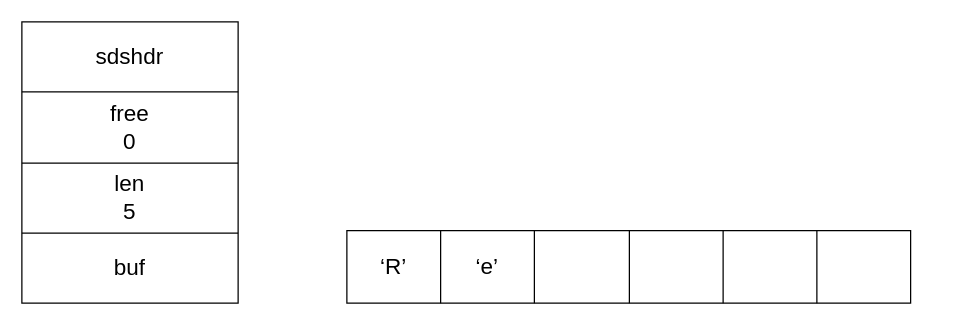
Before: Redis设计与实现.drawio in HoShum/drawio, a draw.io diagram. Source tidied: cells renumbered, new cells numbered last; positions are measured from the earlier drawing's top-left corner, leaving out a move shared by most shapes. Both pictures are drawn from the tidied source at 125%, with x=0, y=0 at pixel (21, 21).
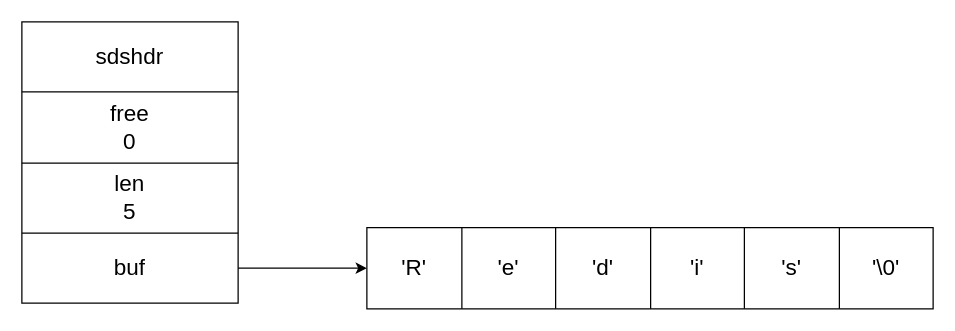
Above is the later version.

Commit message (it also covers changes not shown here):
更新Redis设计与实现.drawio

The edit, as a diff of the source:
```diff
@@
 <mxGraphModel>
   <root>
     <mxCell id="0" />
     <mxCell id="1" parent="0" />
-    <mxCell id="2" style="shape=table;startSize=0;childLayout=tableLayout;" parent="1" vertex="1">
+    <mxCell id="2" style="shape=table;startSize=0;childLayout=tableLayout;fontSize=18;labelBackgroundColor=none;" parent="1" vertex="1">
       <mxGeometry width="173" height="225" as="geometry" />
     </mxCell>
-    <mxCell id="3" style="shape=tableRow;horizontal=0;startSize=0;swimlaneHead=0;swimlaneBody=0;strokeColor=inherit;top=0;left=0;bottom=0;right=0;fillColor=none;" parent="2" vertex="1">
+    <mxCell id="3" style="shape=tableRow;horizontal=0;startSize=0;swimlaneHead=0;swimlaneBody=0;top=0;left=0;bottom=0;right=0;fillColor=none;labelBackgroundColor=none;" parent="2" vertex="1">
       <mxGeometry width="173" height="56" as="geometry" />
     </mxCell>
-    <mxCell id="4" value="&lt;font style=&quot;font-size: 18px;&quot;&gt;sdshdr&lt;/font&gt;" style="shape=partialRectangle;html=1;whiteSpace=wrap;strokeColor=inherit;overflow=hidden;fillColor=none;top=0;left=0;bottom=0;right=0;" parent="3" vertex="1">
+    <mxCell id="4" value="&lt;font style=&quot;font-size: 18px;&quot;&gt;sdshdr&lt;/font&gt;" style="shape=partialRectangle;html=1;whiteSpace=wrap;overflow=hidden;fillColor=none;top=0;left=0;bottom=0;right=0;labelBackgroundColor=none;" parent="3" vertex="1">
       <mxGeometry width="173" height="56" as="geometry" />
     </mxCell>
-    <mxCell id="5" style="shape=tableRow;horizontal=0;startSize=0;swimlaneHead=0;swimlaneBody=0;strokeColor=inherit;top=0;left=0;bottom=0;right=0;fillColor=none;" parent="2" vertex="1">
+    <mxCell id="5" style="shape=tableRow;horizontal=0;startSize=0;swimlaneHead=0;swimlaneBody=0;top=0;left=0;bottom=0;right=0;fillColor=none;labelBackgroundColor=none;" parent="2" vertex="1">
       <mxGeometry y="56" width="173" height="57" as="geometry" />
     </mxCell>
-    <mxCell id="6" value="&lt;font style=&quot;font-size: 18px;&quot;&gt;free&lt;br&gt;0&lt;/font&gt;" style="shape=partialRectangle;html=1;whiteSpace=wrap;strokeColor=inherit;overflow=hidden;fillColor=none;top=0;left=0;bottom=0;right=0;" parent="5" vertex="1">
+    <mxCell id="6" value="&lt;font style=&quot;font-size: 18px;&quot;&gt;free&lt;br&gt;0&lt;/font&gt;" style="shape=partialRectangle;html=1;whiteSpace=wrap;overflow=hidden;fillColor=none;top=0;left=0;bottom=0;right=0;labelBackgroundColor=none;" parent="5" vertex="1">
       <mxGeometry width="173" height="57" as="geometry" />
     </mxCell>
-    <mxCell id="7" style="shape=tableRow;horizontal=0;startSize=0;swimlaneHead=0;swimlaneBody=0;strokeColor=inherit;top=0;left=0;bottom=0;right=0;fillColor=none;" parent="2" vertex="1">
+    <mxCell id="7" style="shape=tableRow;horizontal=0;startSize=0;swimlaneHead=0;swimlaneBody=0;top=0;left=0;bottom=0;right=0;fillColor=none;labelBackgroundColor=none;" parent="2" vertex="1">
       <mxGeometry y="113" width="173" height="56" as="geometry" />
     </mxCell>
-    <mxCell id="8" value="&lt;font style=&quot;font-size: 18px;&quot;&gt;len&lt;br&gt;5&lt;/font&gt;" style="shape=partialRectangle;html=1;whiteSpace=wrap;strokeColor=inherit;overflow=hidden;fillColor=none;top=0;left=0;bottom=0;right=0;" parent="7" vertex="1">
+    <mxCell id="8" value="&lt;font style=&quot;font-size: 18px;&quot;&gt;len&lt;br&gt;5&lt;/font&gt;" style="shape=partialRectangle;html=1;whiteSpace=wrap;overflow=hidden;fillColor=none;top=0;left=0;bottom=0;right=0;labelBackgroundColor=none;" parent="7" vertex="1">
       <mxGeometry width="173" height="56" as="geometry" />
     </mxCell>
-    <mxCell id="9" style="shape=tableRow;horizontal=0;startSize=0;swimlaneHead=0;swimlaneBody=0;strokeColor=inherit;top=0;left=0;bottom=0;right=0;fillColor=none;points=[[0,0.5],[1,0.5]];portConstraint=eastwest;" parent="2" vertex="1">
+    <mxCell id="9" style="shape=tableRow;horizontal=0;startSize=0;swimlaneHead=0;swimlaneBody=0;top=0;left=0;bottom=0;right=0;fillColor=none;points=[[0,0.5],[1,0.5]];portConstraint=eastwest;labelBackgroundColor=none;" parent="2" vertex="1">
       <mxGeometry y="169" width="173" height="56" as="geometry" />
     </mxCell>
-    <mxCell id="10" value="&lt;font style=&quot;font-size: 18px;&quot;&gt;buf&lt;/font&gt;" style="shape=partialRectangle;html=1;whiteSpace=wrap;strokeColor=inherit;overflow=hidden;fillColor=none;top=0;left=0;bottom=0;right=0;" parent="9" vertex="1">
+    <mxCell id="10" value="&lt;font style=&quot;font-size: 18px;&quot;&gt;buf&lt;/font&gt;" style="shape=partialRectangle;html=1;whiteSpace=wrap;overflow=hidden;fillColor=none;top=0;left=0;bottom=0;right=0;labelBackgroundColor=none;" parent="9" vertex="1">
       <mxGeometry width="173" height="56" as="geometry" />
     </mxCell>
-    <mxCell id="11" style="shape=table;startSize=0;childLayout=tableLayout;" parent="1" vertex="1">
-      <mxGeometry x="260" y="167" width="451" height="58" as="geometry" />
-    </mxCell>
-    <mxCell id="12" style="shape=tableRow;horizontal=0;startSize=0;swimlaneHead=0;swimlaneBody=0;strokeColor=inherit;top=0;left=0;bottom=0;right=0;fillColor=none;" parent="11" vertex="1">
-      <mxGeometry width="451" height="58" as="geometry" />
-    </mxCell>
-    <mxCell id="13" value="&lt;font style=&quot;font-size: 18px;&quot;&gt;‘R’&lt;/font&gt;" style="shape=partialRectangle;html=1;whiteSpace=wrap;strokeColor=inherit;overflow=hidden;fillColor=none;top=0;left=0;bottom=0;right=0;" parent="12" vertex="1">
-      <mxGeometry width="75" height="58" as="geometry" />
-    </mxCell>
-    <mxCell id="14" value="&lt;font style=&quot;font-size: 18px;&quot;&gt;‘e’&lt;/font&gt;" style="shape=partialRectangle;html=1;whiteSpace=wrap;strokeColor=inherit;overflow=hidden;fillColor=none;top=0;left=0;bottom=0;right=0;" parent="12" vertex="1">
-      <mxGeometry x="75" width="75" height="58" as="geometry" />
-    </mxCell>
-    <mxCell id="15" style="shape=partialRectangle;html=1;whiteSpace=wrap;strokeColor=inherit;overflow=hidden;fillColor=none;top=0;left=0;bottom=0;right=0;" parent="12" vertex="1">
-      <mxGeometry x="150" width="76" height="58" as="geometry" />
-    </mxCell>
-    <mxCell id="16" style="shape=partialRectangle;html=1;whiteSpace=wrap;strokeColor=inherit;overflow=hidden;fillColor=none;top=0;left=0;bottom=0;right=0;" parent="12" vertex="1">
-      <mxGeometry x="226" width="75" height="58" as="geometry" />
-    </mxCell>
-    <mxCell id="17" style="shape=partialRectangle;html=1;whiteSpace=wrap;strokeColor=inherit;overflow=hidden;fillColor=none;top=0;left=0;bottom=0;right=0;" parent="12" vertex="1">
-      <mxGeometry x="301" width="75" height="58" as="geometry" />
-    </mxCell>
-    <mxCell id="18" style="shape=partialRectangle;html=1;whiteSpace=wrap;strokeColor=inherit;overflow=hidden;fillColor=none;top=0;left=0;bottom=0;right=0;" parent="12" vertex="1">
-      <mxGeometry x="376" width="75" height="58" as="geometry" />
-    </mxCell>
+    <mxCell id="19" style="shape=table;startSize=0;childLayout=tableLayout;fontFamily=Helvetica;fontSize=18;labelBackgroundColor=none;" parent="1" vertex="1">
+      <mxGeometry x="276" y="164.5" width="453" height="65" as="geometry" />
+    </mxCell>
+    <mxCell id="20" style="shape=tableRow;horizontal=0;startSize=0;swimlaneHead=0;swimlaneBody=0;top=0;left=0;bottom=0;right=0;fillColor=none;points=[[0,0.5],[1,0.5]];portConstraint=eastwest;fontFamily=Helvetica;fontSize=18;labelBackgroundColor=none;" parent="19" vertex="1">
+      <mxGeometry width="453" height="65" as="geometry" />
+    </mxCell>
+    <mxCell id="21" value="'R'&lt;br&gt;" style="shape=partialRectangle;html=1;whiteSpace=wrap;overflow=hidden;fillColor=none;top=0;left=0;bottom=0;right=0;fontFamily=Helvetica;fontSize=18;startSize=0;labelBackgroundColor=none;" parent="20" vertex="1">
+      <mxGeometry width="76" height="65" as="geometry" />
+    </mxCell>
+    <mxCell id="22" value="'e'" style="shape=partialRectangle;html=1;whiteSpace=wrap;overflow=hidden;fillColor=none;top=0;left=0;bottom=0;right=0;fontFamily=Helvetica;fontSize=18;startSize=0;labelBackgroundColor=none;" parent="20" vertex="1">
+      <mxGeometry x="76" width="75" height="65" as="geometry" />
+    </mxCell>
+    <mxCell id="23" value="'d'" style="shape=partialRectangle;html=1;whiteSpace=wrap;overflow=hidden;fillColor=none;top=0;left=0;bottom=0;right=0;fontFamily=Helvetica;fontSize=18;startSize=0;labelBackgroundColor=none;" parent="20" vertex="1">
+      <mxGeometry x="151" width="76" height="65" as="geometry" />
+    </mxCell>
+    <mxCell id="24" value="'i'" style="shape=partialRectangle;html=1;whiteSpace=wrap;overflow=hidden;fillColor=none;top=0;left=0;bottom=0;right=0;fontFamily=Helvetica;fontSize=18;startSize=0;labelBackgroundColor=none;" parent="20" vertex="1">
+      <mxGeometry x="227" width="75" height="65" as="geometry" />
+    </mxCell>
+    <mxCell id="25" value="'s'" style="shape=partialRectangle;html=1;whiteSpace=wrap;overflow=hidden;fillColor=none;top=0;left=0;bottom=0;right=0;fontFamily=Helvetica;fontSize=18;startSize=0;labelBackgroundColor=none;" parent="20" vertex="1">
+      <mxGeometry x="302" width="76" height="65" as="geometry" />
+    </mxCell>
+    <mxCell id="26" value="'\0'" style="shape=partialRectangle;html=1;whiteSpace=wrap;overflow=hidden;fillColor=none;top=0;left=0;bottom=0;right=0;fontFamily=Helvetica;fontSize=18;startSize=0;labelBackgroundColor=none;" parent="20" vertex="1">
+      <mxGeometry x="378" width="75" height="65" as="geometry" />
+    </mxCell>
+    <mxCell id="27" style="edgeStyle=orthogonalEdgeStyle;rounded=0;jettySize=auto;html=1;exitX=1;exitY=0.5;exitDx=0;exitDy=0;entryX=0;entryY=0.5;entryDx=0;entryDy=0;fontFamily=Helvetica;fontSize=18;fontColor=default;startSize=0;labelBackgroundColor=none;" parent="1" edge="1" source="9" target="20">
+      <mxGeometry relative="1" as="geometry" />
+    </mxCell>
   </root>
 </mxGraphModel>
```
